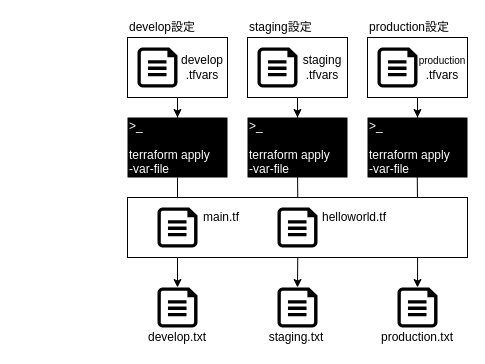
Earlier version of the draw.io diagram page "goal" (1 of 5) of images/terraform_biginner_envbyvarfile/terraform_biginner_envbyvarfile.drawio (sway11466/zenn). Source tidied: cells renumbered, new cells numbered last; positions are measured from the earlier drawing's top-left corner, leaving out a move shared by most shapes. Both pictures are drawn from the tidied source at 100%, with x=0, y=0 at pixel (127, 17).
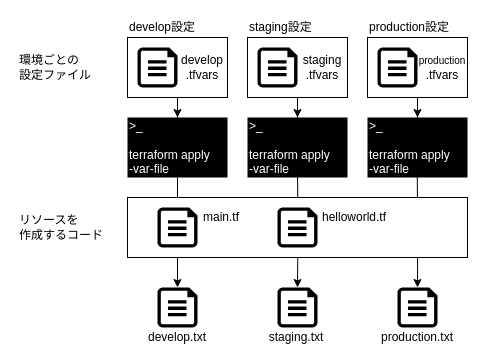
The same diagram, later.

The edit, as a diff of the source:
```diff
@@
+    <mxCell id="39" value="環境ごとの&lt;br&gt;設定ファイル" style="text;html=1;strokeColor=none;fillColor=none;align=left;verticalAlign=middle;whiteSpace=wrap;rounded=0;" parent="1" vertex="1">
+      <mxGeometry x="-110" y="20" width="100" height="60" as="geometry" />
+    </mxCell>
+    <mxCell id="40" value="リソースを&lt;br&gt;作成するコード&lt;br&gt;" style="text;html=1;strokeColor=none;fillColor=none;align=left;verticalAlign=middle;whiteSpace=wrap;rounded=0;" parent="1" vertex="1">
+      <mxGeometry x="-110" y="180" width="100" height="60" as="geometry" />
+    </mxCell>
```
